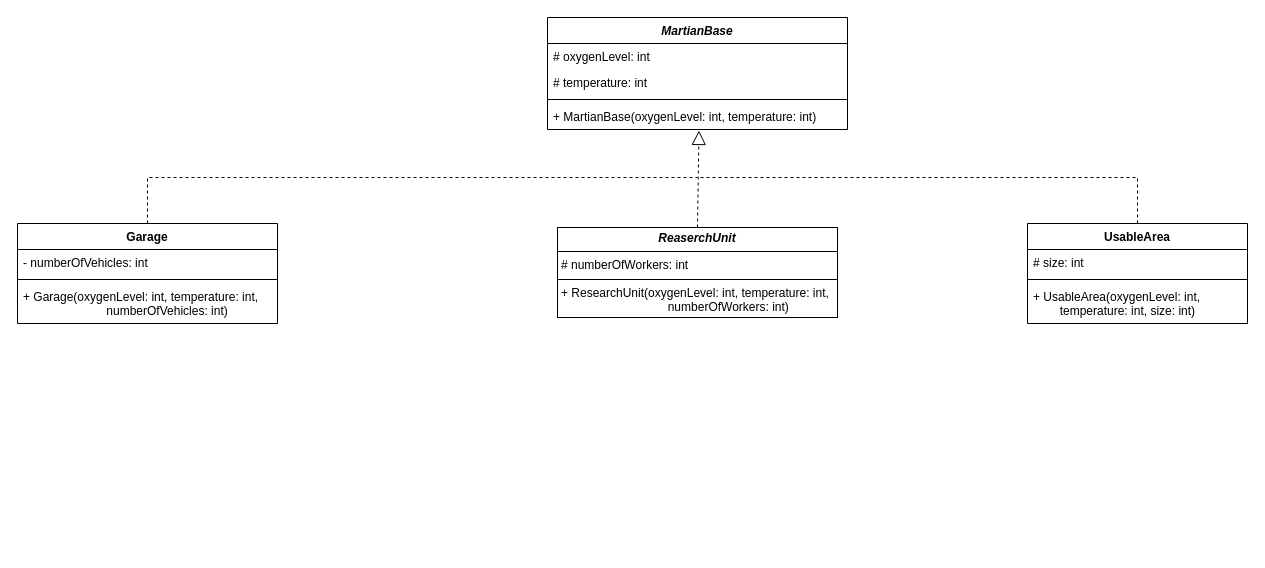
Above: Diagram bez tytułu.drawio in kcprlal/CSharp (draw.io), before the change. Source tidied: cells renumbered, new cells numbered last; positions are measured from the earlier drawing's top-left corner, leaving out a move shared by most shapes. Both pictures are drawn from the tidied source at 100%, with x=0, y=0 at pixel (17, 17).
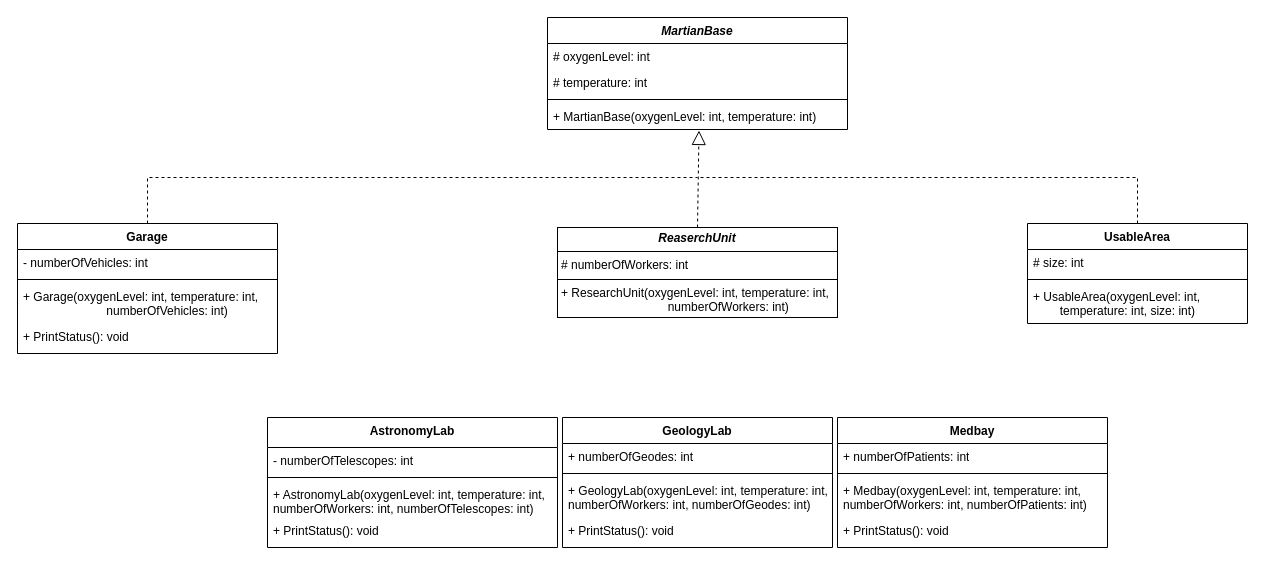
Above is the later version.

Diff of the diagram source:
```diff
@@
     <mxCell id="8" value="Garage" style="swimlane;fontStyle=1;align=center;verticalAlign=top;horizontal=1;startSize=26;whiteSpace=wrap;html=1;" parent="1" vertex="1">
-      <mxGeometry y="206" width="260" height="100" as="geometry" />
+      <mxGeometry y="206" width="260" height="130" as="geometry" />
     </mxCell>
@@
-    <mxCell id="11" value="+ Garage(oxygenLevel: int, temperature: int,&lt;div&gt;&lt;span style=&quot;white-space: pre;&quot;&gt;&#9;&lt;/span&gt;&lt;span style=&quot;white-space: pre;&quot;&gt;&#9;&lt;/span&gt;&lt;span style=&quot;white-space: pre;&quot;&gt;&#9;&lt;/span&gt;&amp;nbsp;numberOfVehicles: int)&lt;/div&gt;" style="text;strokeColor=none;fillColor=none;align=left;verticalAlign=top;spacingLeft=4;spacingRight=4;overflow=hidden;whiteSpace=wrap;html=1;" parent="8" vertex="1">
+    <mxCell id="11" value="+ Garage(oxygenLevel: int, temperature: int,&lt;div&gt;&lt;span style=&quot;white-space: pre;&quot;&gt;&#9;&lt;/span&gt;&lt;span style=&quot;white-space: pre;&quot;&gt;&#9;&lt;/span&gt;&lt;span style=&quot;white-space: pre;&quot;&gt;&#9;&lt;/span&gt;&amp;nbsp;numberOfVehicles: int)&lt;/div&gt;&lt;div&gt;&lt;br&gt;&lt;/div&gt;" style="text;strokeColor=none;fillColor=none;align=left;verticalAlign=top;spacingLeft=4;spacingRight=4;overflow=hidden;whiteSpace=wrap;html=1;" parent="8" vertex="1">
       <mxGeometry y="60" width="260" height="40" as="geometry" />
     </mxCell>
+    <mxCell id="19" value="+ PrintStatus(): void" style="text;strokeColor=none;fillColor=none;align=left;verticalAlign=top;spacingLeft=4;spacingRight=4;overflow=hidden;whiteSpace=wrap;html=1;" parent="8" vertex="1">
+      <mxGeometry y="100" width="260" height="30" as="geometry" />
+    </mxCell>
@@
+    <mxCell id="20" value="AstronomyLab" style="swimlane;fontStyle=1;align=center;verticalAlign=top;horizontal=1;startSize=30;whiteSpace=wrap;html=1;" parent="1" vertex="1">
+      <mxGeometry x="250" y="400" width="290" height="130" as="geometry" />
+    </mxCell>
+    <mxCell id="21" value="- numberOfTelescopes: int" style="text;strokeColor=none;fillColor=none;align=left;verticalAlign=top;spacingLeft=4;spacingRight=4;overflow=hidden;whiteSpace=wrap;html=1;" parent="20" vertex="1">
+      <mxGeometry y="30" width="290" height="26" as="geometry" />
+    </mxCell>
+    <mxCell id="22" style="line;strokeWidth=1;fillColor=none;align=left;verticalAlign=middle;spacingTop=-1;spacingLeft=3;spacingRight=3;labelPosition=right;strokeColor=inherit;" parent="20" vertex="1">
+      <mxGeometry y="56" width="290" height="8" as="geometry" />
+    </mxCell>
+    <mxCell id="23" value="+ AstronomyLab(oxygenLevel: int, temperature: int, numberOfWorkers: int, numberOfTelescopes: int)" style="text;strokeColor=none;fillColor=none;align=left;verticalAlign=top;spacingLeft=4;spacingRight=4;overflow=hidden;whiteSpace=wrap;html=1;" parent="20" vertex="1">
+      <mxGeometry y="64" width="290" height="36" as="geometry" />
+    </mxCell>
+    <mxCell id="24" value="+ PrintStatus(): void" style="text;strokeColor=none;fillColor=none;align=left;verticalAlign=top;spacingLeft=4;spacingRight=4;overflow=hidden;whiteSpace=wrap;html=1;" parent="20" vertex="1">
+      <mxGeometry y="100" width="290" height="30" as="geometry" />
+    </mxCell>
+    <mxCell id="25" value="GeologyLab" style="swimlane;fontStyle=1;align=center;verticalAlign=top;horizontal=1;startSize=26;whiteSpace=wrap;html=1;" parent="1" vertex="1">
+      <mxGeometry x="545" y="400" width="270" height="130" as="geometry" />
+    </mxCell>
+    <mxCell id="26" value="+ numberOfGeodes: int" style="text;strokeColor=none;fillColor=none;align=left;verticalAlign=top;spacingLeft=4;spacingRight=4;overflow=hidden;whiteSpace=wrap;html=1;" parent="25" vertex="1">
+      <mxGeometry y="26" width="270" height="26" as="geometry" />
+    </mxCell>
+    <mxCell id="27" style="line;strokeWidth=1;fillColor=none;align=left;verticalAlign=middle;spacingTop=-1;spacingLeft=3;spacingRight=3;labelPosition=right;strokeColor=inherit;" parent="25" vertex="1">
+      <mxGeometry y="52" width="270" height="8" as="geometry" />
+    </mxCell>
+    <mxCell id="28" value="+ GeologyLab(oxygenLevel: int, temperature: int, numberOfWorkers: int, numberOfGeodes: int)&lt;div&gt;&lt;br&gt;&lt;/div&gt;" style="text;strokeColor=none;fillColor=none;align=left;verticalAlign=top;spacingLeft=4;spacingRight=4;overflow=hidden;whiteSpace=wrap;html=1;" parent="25" vertex="1">
+      <mxGeometry y="60" width="270" height="40" as="geometry" />
+    </mxCell>
+    <mxCell id="29" value="+ PrintStatus(): void" style="text;strokeColor=none;fillColor=none;align=left;verticalAlign=top;spacingLeft=4;spacingRight=4;overflow=hidden;whiteSpace=wrap;html=1;" parent="25" vertex="1">
+      <mxGeometry y="100" width="270" height="30" as="geometry" />
+    </mxCell>
+    <mxCell id="30" value="Medbay" style="swimlane;fontStyle=1;align=center;verticalAlign=top;horizontal=1;startSize=26;whiteSpace=wrap;html=1;" parent="1" vertex="1">
+      <mxGeometry x="820" y="400" width="270" height="130" as="geometry" />
+    </mxCell>
+    <mxCell id="31" value="+ numberOfPatients: int" style="text;strokeColor=none;fillColor=none;align=left;verticalAlign=top;spacingLeft=4;spacingRight=4;overflow=hidden;whiteSpace=wrap;html=1;" parent="30" vertex="1">
+      <mxGeometry y="26" width="270" height="26" as="geometry" />
+    </mxCell>
+    <mxCell id="32" style="line;strokeWidth=1;fillColor=none;align=left;verticalAlign=middle;spacingTop=-1;spacingLeft=3;spacingRight=3;labelPosition=right;strokeColor=inherit;" parent="30" vertex="1">
+      <mxGeometry y="52" width="270" height="8" as="geometry" />
+    </mxCell>
+    <mxCell id="33" value="+ Medbay(oxygenLevel: int, temperature: int, numberOfWorkers: int, numberOfPatients: int)&lt;div&gt;&lt;br&gt;&lt;/div&gt;" style="text;strokeColor=none;fillColor=none;align=left;verticalAlign=top;spacingLeft=4;spacingRight=4;overflow=hidden;whiteSpace=wrap;html=1;" parent="30" vertex="1">
+      <mxGeometry y="60" width="270" height="40" as="geometry" />
+    </mxCell>
+    <mxCell id="34" value="+ PrintStatus(): void" style="text;strokeColor=none;fillColor=none;align=left;verticalAlign=top;spacingLeft=4;spacingRight=4;overflow=hidden;whiteSpace=wrap;html=1;" parent="30" vertex="1">
+      <mxGeometry y="100" width="270" height="30" as="geometry" />
+    </mxCell>
```
